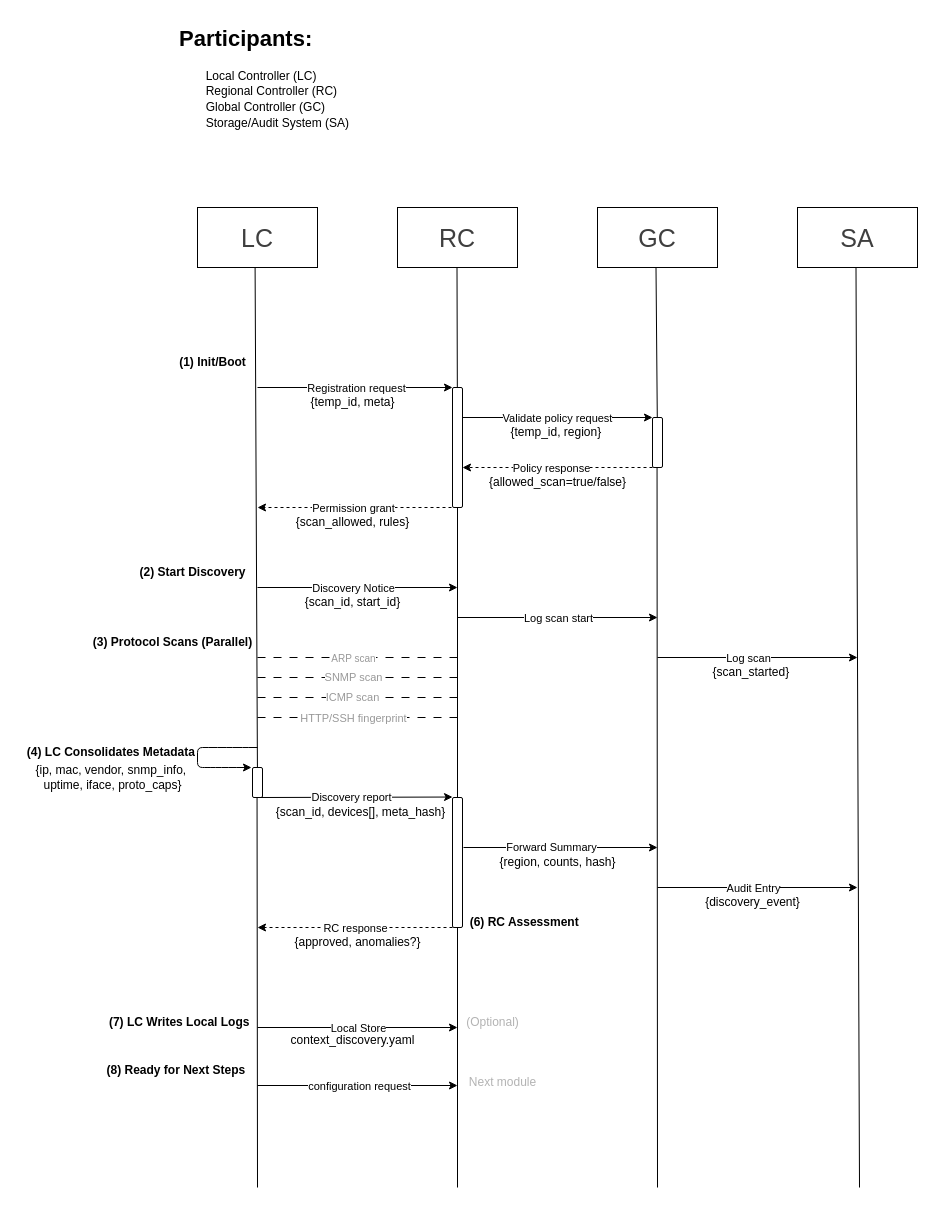
Earlier version of the draw.io diagram docs/architecture/device_discovery/device_discovery_sequence.drawio (preacher1045/Partially-Distributed-Smart-Network-Optimizer-PDSNO-). Source tidied: cells renumbered, new cells numbered last; positions are measured from the earlier drawing's top-left corner, leaving out a move shared by most shapes. Both pictures are drawn from the tidied source at 100%, with x=0, y=0 at pixel (17, 17).
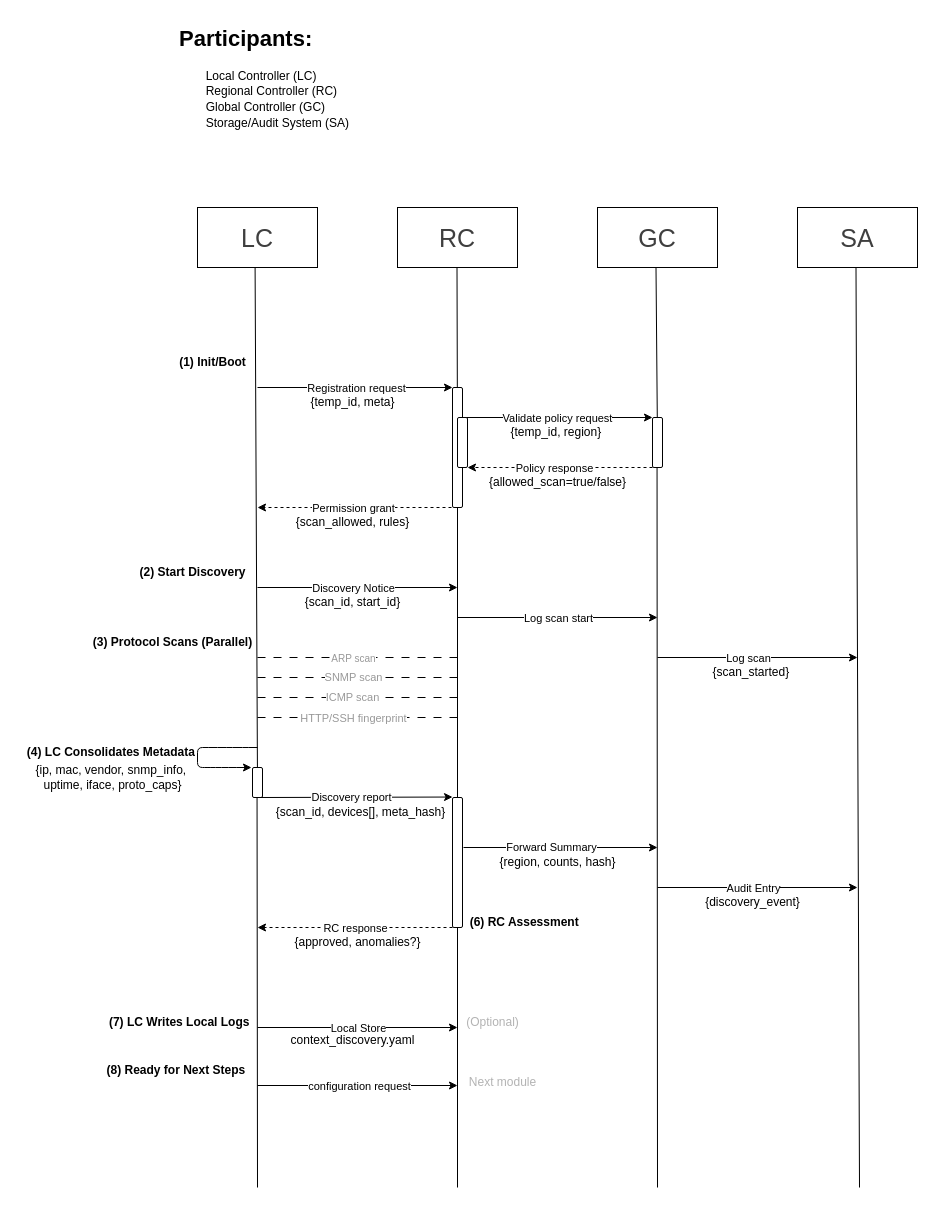
The same page after the edit.

Commit message (it also covers changes not shown here):
Refactor Device Discovery Documentation and Introduce Configuration Approval Logic

The change refers to these unchanged cells:
```xml
<mxCell id="57" style="whiteSpace=wrap;html=1;rounded=1;" parent="1" vertex="1">
  <mxGeometry x="635" y="400" width="10" height="50" as="geometry" />
</mxCell>
```

Diff of the diagram source:
```diff
@@
-    <mxCell id="54" style="endArrow=classic;html=1;exitX=0;exitY=1;exitDx=0;exitDy=0;dashed=1;" parent="1" edge="1" source="57">
-      <mxGeometry relative="1" as="geometry">
-        <mxPoint x="445" y="450" as="targetPoint" />
-      </mxGeometry>
+    <mxCell id="54" style="endArrow=classic;html=1;exitX=0;exitY=1;exitDx=0;exitDy=0;dashed=1;entryX=1;entryY=1;entryDx=0;entryDy=0;" parent="1" edge="1" source="57" target="75">
+      <mxGeometry relative="1" as="geometry" />
     </mxCell>
@@
+    <mxCell id="75" style="whiteSpace=wrap;html=1;rounded=1;" parent="1" vertex="1">
+      <mxGeometry x="440" y="400" width="10" height="50" as="geometry" />
+    </mxCell>
```
